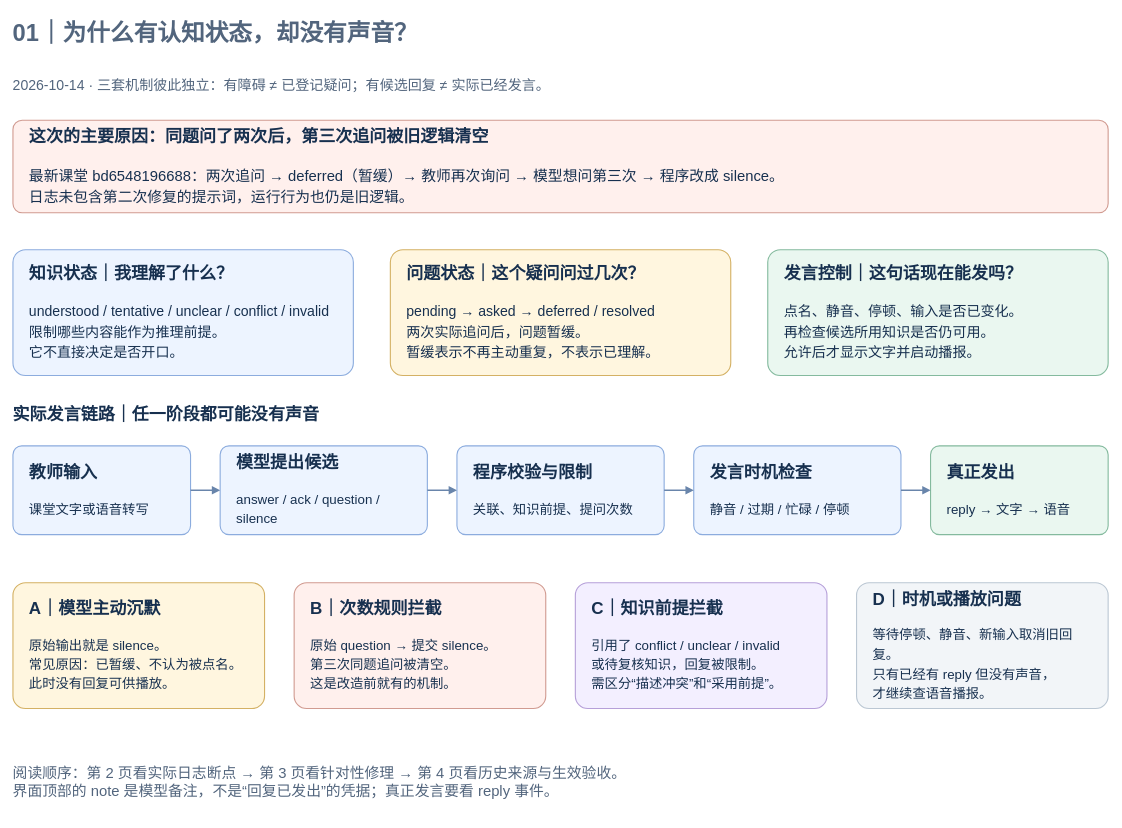
The draw.io diagram page "01｜为什么有认知状态，却没有声音？" (1 of 5) of docs/发言机制诊断/LearnFromYou-学生不发言原因与针对性修理.drawio in Liyang-pai/LearnFromYou, before the edit. Source tidied: cells renumbered, new cells numbered last; positions are measured from the earlier drawing's top-left corner, leaving out a move shared by most shapes. Both pictures are drawn from the tidied source at 74%, with x=0, y=0 at pixel (13, 13).
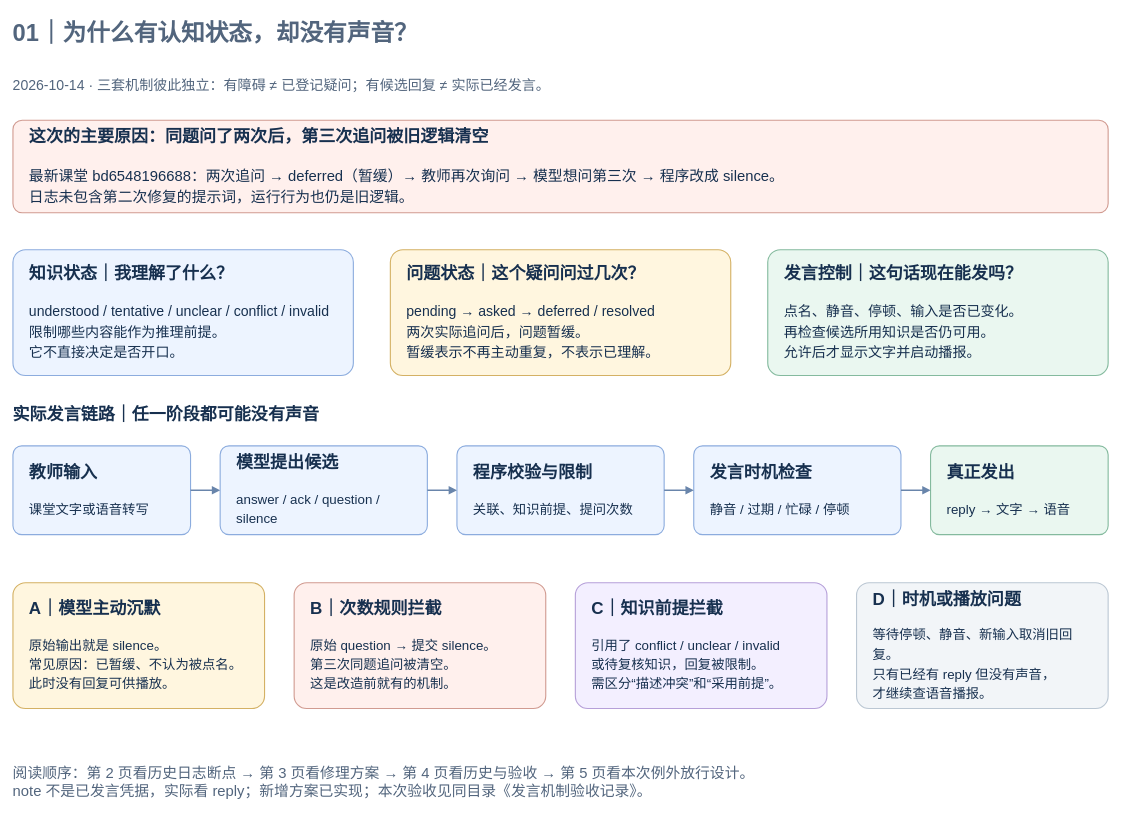
Above is the later version.

The edit, as a diff of the source:
```diff
@@
-    <mxCell id="22" value="阅读顺序：第 2 页看实际日志断点 → 第 3 页看针对性修理 → 第 4 页看历史来源与生效验收。&lt;br&gt;界面顶部的 note 是模型备注，不是“回复已发出”的凭据；真正发言要看 reply 事件。" style="text;html=1;whiteSpace=wrap;align=left;verticalAlign=middle;fontFamily=PingFang SC;fontSize=20;fontColor=#52657D;fontStyle=0;spacing=0;strokeColor=none;fillColor=none;" parent="1" vertex="1">
+    <mxCell id="22" value="阅读顺序：第 2 页看历史日志断点 → 第 3 页看修理方案 → 第 4 页看历史与验收 → 第 5 页看本次例外放行设计。&lt;br&gt;note 不是已发言凭据，实际看 reply；新增方案已实现；本次验收见同目录《发言机制验收记录》。" style="text;html=1;whiteSpace=wrap;align=left;verticalAlign=middle;fontFamily=PingFang SC;fontSize=20;fontColor=#52657D;fontStyle=0;spacing=0;strokeColor=none;fillColor=none;" parent="1" vertex="1">
       <mxGeometry y="990" width="1480" height="95" as="geometry" />
     </mxCell>
```
